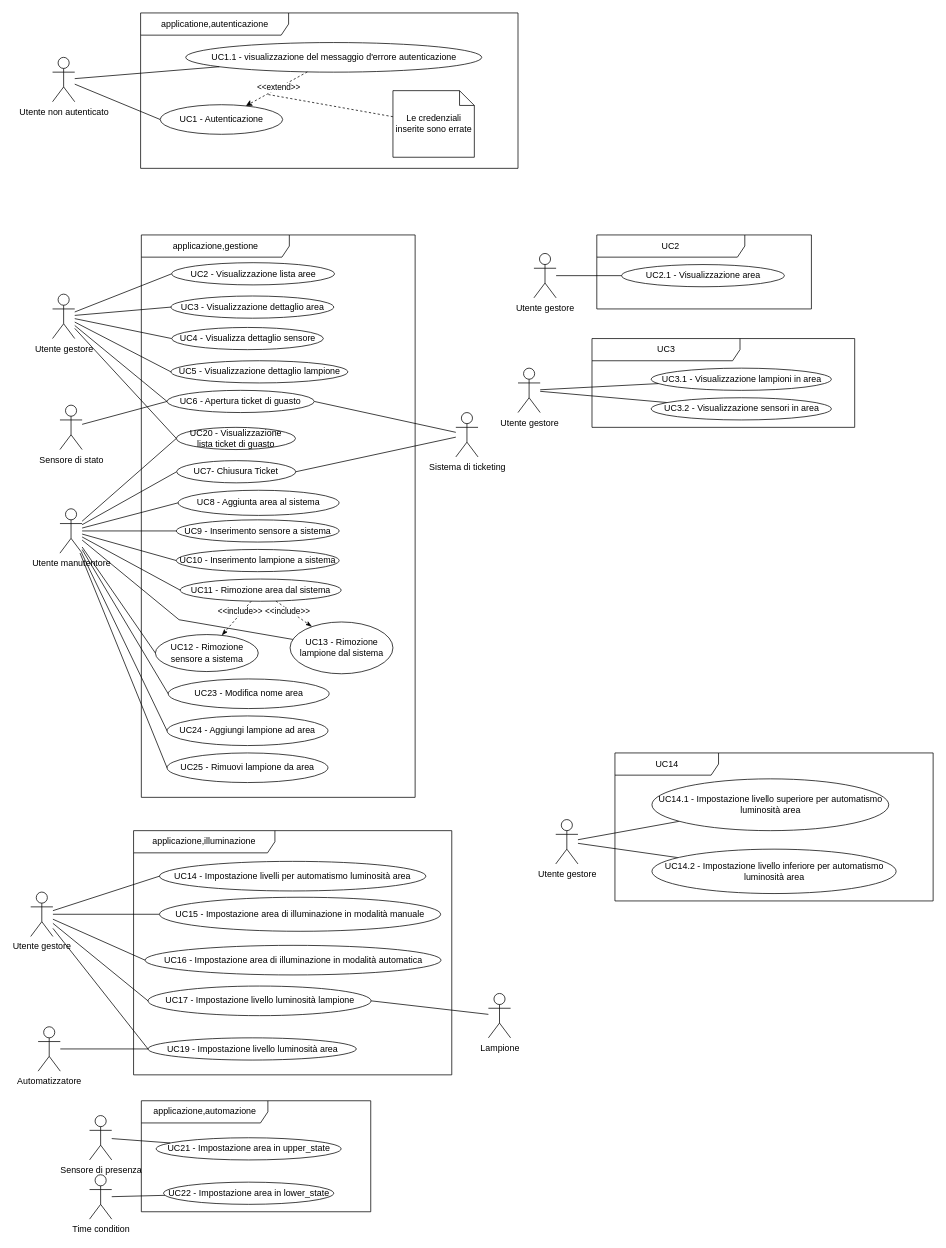
SWEasabi/analisi-dei-requisiti keeps this draw.io diagram as page "OK" (1 of 8) of casi_uso_grafici.drawio. Above is the earlier version. Source tidied: cells renumbered, new cells numbered last; positions are measured from the earlier drawing's top-left corner, leaving out a move shared by most shapes. Both pictures are drawn from the tidied source at 74%, with x=0, y=0 at pixel (30, 13).
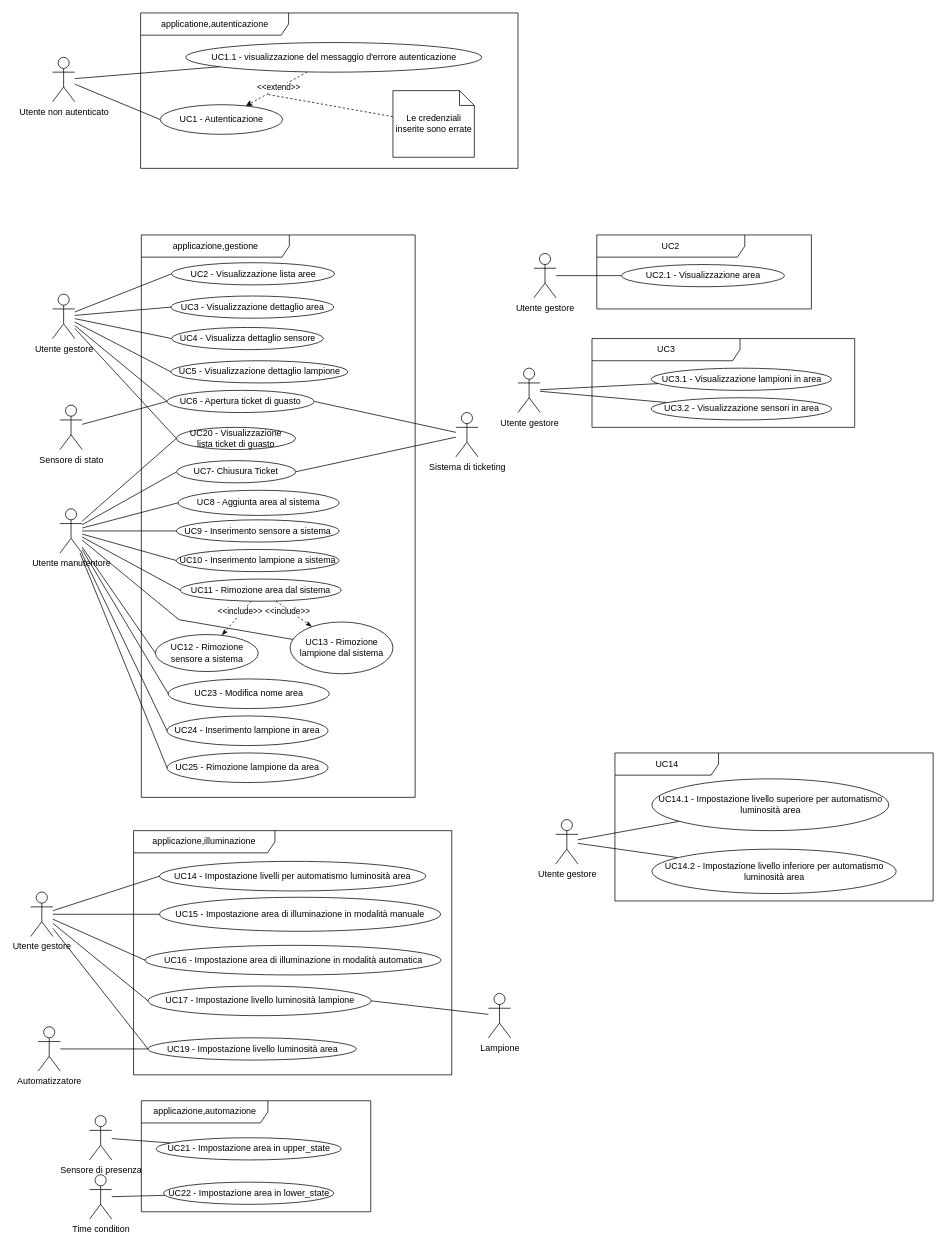
After the change.

Change to the diagram source:
```diff
@@
-    <mxCell id="92" value="UC24 - Aggiungi lampione ad area" style="ellipse;whiteSpace=wrap;html=1;" parent="1" vertex="1">
+    <mxCell id="92" value="UC24 - Inserimento lampione in area" style="ellipse;whiteSpace=wrap;html=1;" parent="1" vertex="1">
       <mxGeometry x="184.2" y="950" width="217.5" height="40" as="geometry" />
     </mxCell>
-    <mxCell id="93" value="UC25&amp;nbsp;- Rimuovi lampione da area" style="ellipse;whiteSpace=wrap;html=1;" parent="1" vertex="1">
+    <mxCell id="93" value="UC25&amp;nbsp;- Rimozione lampione da area" style="ellipse;whiteSpace=wrap;html=1;" parent="1" vertex="1">
       <mxGeometry x="184.2" y="1000" width="217.5" height="40" as="geometry" />
     </mxCell>
```
